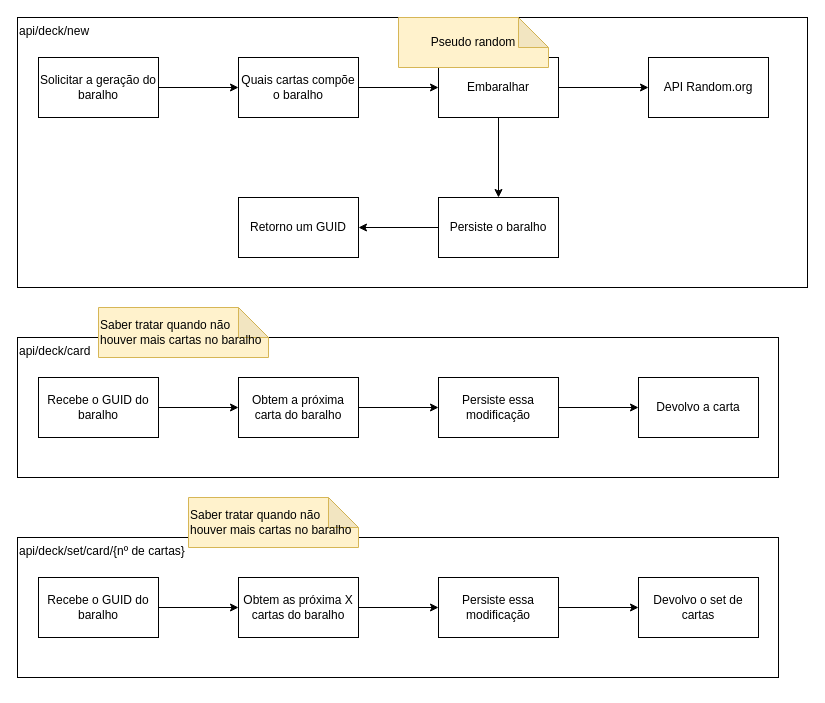
The draw.io diagram Documents/DeckAPI.drawio in thiagocbechara/deck_cards_api, before the edit. Source tidied: cells renumbered, new cells numbered last; positions are measured from the earlier drawing's top-left corner, leaving out a move shared by most shapes. Both pictures are drawn from the tidied source at 100%, with x=0, y=0 at pixel (17, 17).
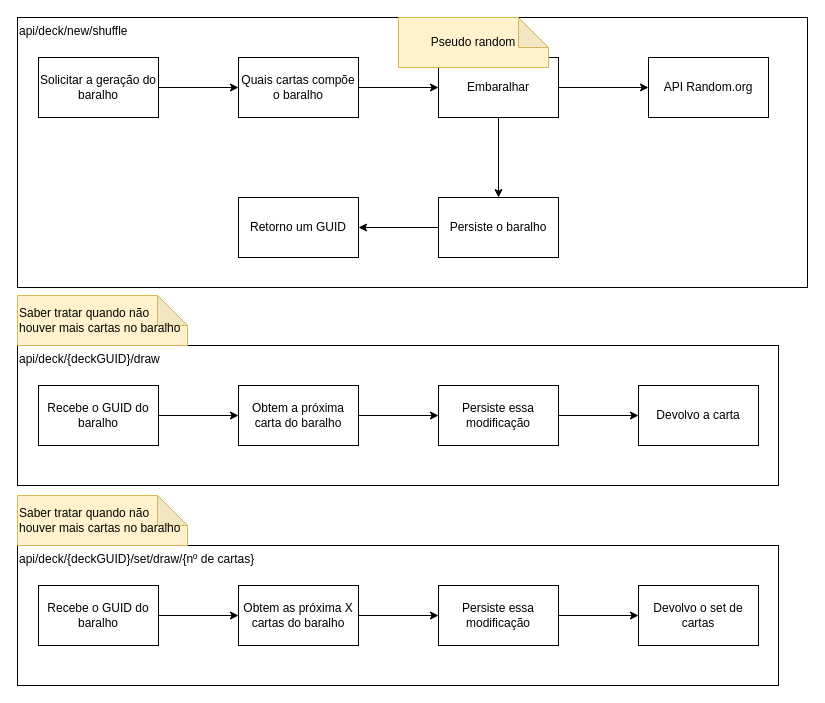
After the change.

What changed in the source:
```diff
@@
-    <mxCell id="2" value="api/deck/card" style="rounded=0;whiteSpace=wrap;html=1;align=left;verticalAlign=top;" parent="1" vertex="1">
-      <mxGeometry y="320" width="761" height="140" as="geometry" />
+    <mxCell id="2" value="api/deck/{deckGUID}/draw" style="rounded=0;whiteSpace=wrap;html=1;align=left;verticalAlign=top;" parent="1" vertex="1">
+      <mxGeometry y="328" width="761" height="140" as="geometry" />
     </mxCell>
-    <mxCell id="3" value="api/deck/new" style="rounded=0;whiteSpace=wrap;html=1;align=left;verticalAlign=top;" parent="1" vertex="1">
+    <mxCell id="3" value="api/deck/new/shuffle" style="rounded=0;whiteSpace=wrap;html=1;align=left;verticalAlign=top;" parent="1" vertex="1">
       <mxGeometry width="790" height="270" as="geometry" />
     </mxCell>
@@
     <mxCell id="17" value="Recebe o GUID do baralho" style="rounded=0;whiteSpace=wrap;html=1;align=center;verticalAlign=middle;" parent="1" vertex="1">
-      <mxGeometry x="21" y="360" width="120" height="60" as="geometry" />
+      <mxGeometry x="21" y="368" width="120" height="60" as="geometry" />
     </mxCell>
@@
     <mxCell id="19" value="Obtem a próxima carta do baralho" style="rounded=0;whiteSpace=wrap;html=1;align=center;verticalAlign=middle;" parent="1" vertex="1">
-      <mxGeometry x="221" y="360" width="120" height="60" as="geometry" />
+      <mxGeometry x="221" y="368" width="120" height="60" as="geometry" />
     </mxCell>
@@
     <mxCell id="21" value="Persiste essa modificação" style="rounded=0;whiteSpace=wrap;html=1;align=center;verticalAlign=middle;" parent="1" vertex="1">
-      <mxGeometry x="421" y="360" width="120" height="60" as="geometry" />
+      <mxGeometry x="421" y="368" width="120" height="60" as="geometry" />
     </mxCell>
     <mxCell id="22" value="Devolvo a carta" style="rounded=0;whiteSpace=wrap;html=1;align=center;verticalAlign=middle;" parent="1" vertex="1">
-      <mxGeometry x="621" y="360" width="120" height="60" as="geometry" />
+      <mxGeometry x="621" y="368" width="120" height="60" as="geometry" />
     </mxCell>
-    <mxCell id="23" value="api/deck/set/card/{nº de cartas}" style="rounded=0;whiteSpace=wrap;html=1;align=left;verticalAlign=top;" parent="1" vertex="1">
-      <mxGeometry y="520" width="761" height="140" as="geometry" />
+    <mxCell id="23" value="api/deck/{deckGUID}/set/draw/{nº de cartas}" style="rounded=0;whiteSpace=wrap;html=1;align=left;verticalAlign=top;" parent="1" vertex="1">
+      <mxGeometry y="528" width="761" height="140" as="geometry" />
     </mxCell>
@@
     <mxCell id="25" value="Recebe o GUID do baralho" style="rounded=0;whiteSpace=wrap;html=1;align=center;verticalAlign=middle;" parent="1" vertex="1">
-      <mxGeometry x="21" y="560" width="120" height="60" as="geometry" />
+      <mxGeometry x="21" y="568" width="120" height="60" as="geometry" />
     </mxCell>
@@
     <mxCell id="27" value="Obtem as próxima X cartas do baralho" style="rounded=0;whiteSpace=wrap;html=1;align=center;verticalAlign=middle;" parent="1" vertex="1">
-      <mxGeometry x="221" y="560" width="120" height="60" as="geometry" />
+      <mxGeometry x="221" y="568" width="120" height="60" as="geometry" />
     </mxCell>
@@
     <mxCell id="29" value="Persiste essa modificação" style="rounded=0;whiteSpace=wrap;html=1;align=center;verticalAlign=middle;" parent="1" vertex="1">
-      <mxGeometry x="421" y="560" width="120" height="60" as="geometry" />
+      <mxGeometry x="421" y="568" width="120" height="60" as="geometry" />
     </mxCell>
     <mxCell id="30" value="Devolvo o set de cartas" style="rounded=0;whiteSpace=wrap;html=1;align=center;verticalAlign=middle;" parent="1" vertex="1">
-      <mxGeometry x="621" y="560" width="120" height="60" as="geometry" />
+      <mxGeometry x="621" y="568" width="120" height="60" as="geometry" />
     </mxCell>
     <mxCell id="31" value="Saber tratar quando não houver mais cartas no baralho" style="shape=note;whiteSpace=wrap;html=1;backgroundOutline=1;darkOpacity=0.05;align=left;verticalAlign=middle;fillColor=#fff2cc;strokeColor=#d6b656;" parent="1" vertex="1">
-      <mxGeometry x="171" y="480" width="170" height="50" as="geometry" />
+      <mxGeometry y="478" width="170" height="50" as="geometry" />
     </mxCell>
     <mxCell id="32" value="Saber tratar quando não houver mais cartas no baralho" style="shape=note;whiteSpace=wrap;html=1;backgroundOutline=1;darkOpacity=0.05;align=left;verticalAlign=middle;fillColor=#fff2cc;strokeColor=#d6b656;" parent="1" vertex="1">
-      <mxGeometry x="81" y="290" width="170" height="50" as="geometry" />
+      <mxGeometry y="278" width="170" height="50" as="geometry" />
     </mxCell>
```
